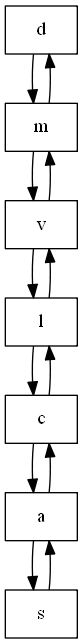
Before: FichasDeJugador2.png, a diagram exported from Graphviz (AdriGomez95/EDD_1S2020_PY1_201504236-master). Its source is kept beside it as FichasDeJugador2.dot.
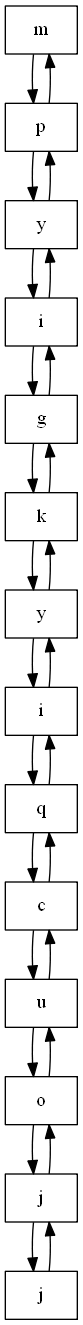
Later version of the same file.

Change to the diagram source:
```diff
@@ -1,9 +1,16 @@
 digraph G{
-node0[shape = record,label = "d"];
-node1[shape = record,label = "m"];
-node2[shape = record,label = "v"];
-node3[shape = record,label = "l"];
-node4[shape = record,label = "c"];
-node5[shape = record,label = "a"];
-node6[shape = record,label = "s"];
-node0->node1->node2->node3->node4->node5->node6;node6->node5->node4->node3->node2->node1->node0;}
+node0[shape = record,label = "m"];
+node1[shape = record,label = "p"];
+node2[shape = record,label = "y"];
+node3[shape = record,label = "i"];
+node4[shape = record,label = "g"];
+node5[shape = record,label = "k"];
+node6[shape = record,label = "y"];
+node7[shape = record,label = "i"];
+node8[shape = record,label = "q"];
+node9[shape = record,label = "c"];
+node10[shape = record,label = "u"];
+node11[shape = record,label = "o"];
+node12[shape = record,label = "j"];
+node13[shape = record,label = "j"];
+node0->node1->node2->node3->node4->node5->node6->node7->node8->node9->node10->node11->node12->node13;node13->node12->node11->node10->node9->node8->node7->node6->node5->node4->node3->node2->node1->node0;}
```
